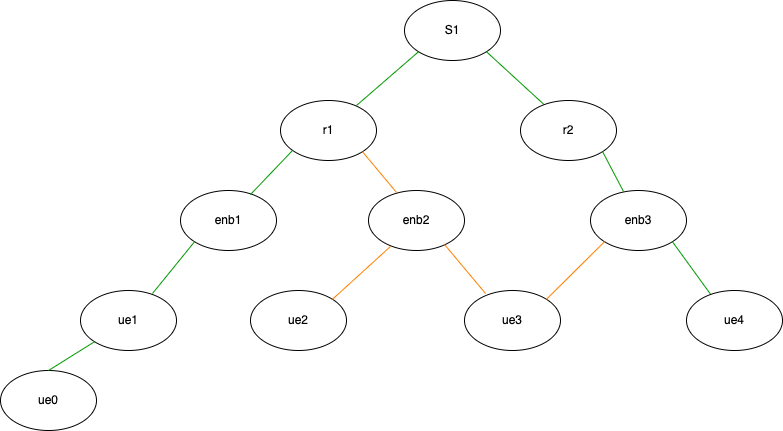
The draw.io diagram measurements/graphs/layered-load-topology.png in Sigtrix/docker-testbed, before a commit. Source tidied: cells renumbered, new cells last; positions are measured from the earlier drawing's top-left corner, leaving out a move shared by most shapes.
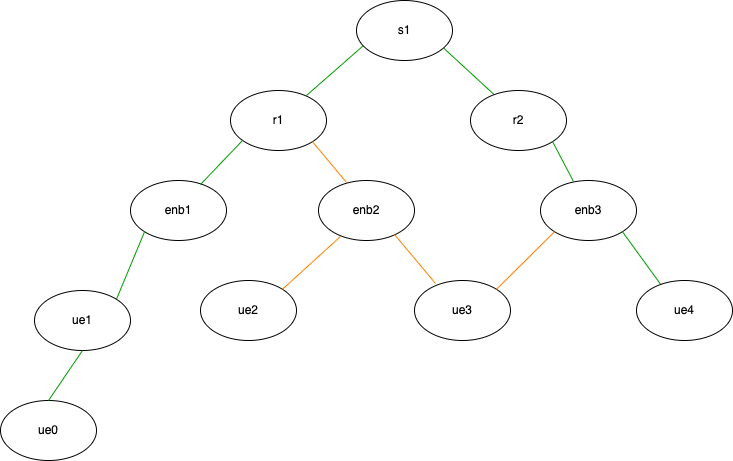
Later version of the same file.

Change to the diagram source:
```diff
@@ -2,15 +2,14 @@
   <root>
     <mxCell id="0" />
     <mxCell id="1" parent="0" />
-    <mxCell id="2" value="S1" style="ellipse;whiteSpace=wrap;html=1;" parent="1" vertex="1">
-      <mxGeometry x="404" width="96" height="60" as="geometry" />
-    </mxCell>
-    <mxCell id="3" style="endArrow=none;html=1;rounded=0;entryX=0;entryY=1;entryDx=0;entryDy=0;exitX=0.792;exitY=0.083;exitDx=0;exitDy=0;exitPerimeter=0;strokeColor=#009900;" parent="1" edge="1" source="5" target="2">
-      <mxGeometry relative="1" as="geometry" />
-    </mxCell>
-    <mxCell id="4" style="endArrow=none;html=1;rounded=0;entryX=1;entryY=1;entryDx=0;entryDy=0;exitX=0.313;exitY=0.167;exitDx=0;exitDy=0;exitPerimeter=0;strokeColor=#009900;" parent="1" edge="1" source="6" target="2">
-      <mxGeometry relative="1" as="geometry" />
-    </mxCell>
+    <mxCell id="24" style="endArrow=none;html=1;rounded=0;entryX=0.073;entryY=0.75;entryDx=0;entryDy=0;exitX=0.792;exitY=0.083;exitDx=0;exitDy=0;exitPerimeter=0;strokeColor=#009900;entryPerimeter=0;" parent="1" edge="1" source="5" target="28">
+      <mxGeometry relative="1" as="geometry" />
+    </mxCell>
+    <mxCell id="25" style="endArrow=none;html=1;rounded=0;entryX=1;entryY=1;entryDx=0;entryDy=0;exitX=0.313;exitY=0.167;exitDx=0;exitDy=0;exitPerimeter=0;strokeColor=#009900;" parent="1" edge="1" source="6">
+      <mxGeometry relative="1" as="geometry">
+        <mxPoint x="486" y="51" as="targetPoint" />
+      </mxGeometry>
+    </mxCell>
     <mxCell id="5" value="r1" style="ellipse;whiteSpace=wrap;html=1;" parent="1" vertex="1">
       <mxGeometry x="280" y="100" width="96" height="60" as="geometry" />
     </mxCell>
@@ -20,11 +19,11 @@
     <mxCell id="7" value="enb1" style="ellipse;whiteSpace=wrap;html=1;" parent="1" vertex="1">
       <mxGeometry x="180" y="190" width="96" height="60" as="geometry" />
     </mxCell>
-    <mxCell id="8" style="endArrow=none;html=1;rounded=0;entryX=0;entryY=1;entryDx=0;entryDy=0;exitX=0.729;exitY=0.067;exitDx=0;exitDy=0;exitPerimeter=0;strokeColor=#009900;" parent="1" edge="1" source="7">
-      <mxGeometry relative="1" as="geometry">
-        <mxPoint x="292" y="150" as="targetPoint" />
-      </mxGeometry>
-    </mxCell>
+    <mxCell id="26" style="endArrow=none;html=1;rounded=0;entryX=0;entryY=1;entryDx=0;entryDy=0;exitX=0.729;exitY=0.067;exitDx=0;exitDy=0;exitPerimeter=0;strokeColor=#009900;" parent="1" edge="1" source="7">
+      <mxGeometry relative="1" as="geometry">
+        <mxPoint x="292" y="150" as="targetPoint" />
+      </mxGeometry>
+    </mxCell>
     <mxCell id="9" value="enb2" style="ellipse;whiteSpace=wrap;html=1;" parent="1" vertex="1">
       <mxGeometry x="368" y="190" width="96" height="60" as="geometry" />
     </mxCell>
@@ -34,15 +33,12 @@
     <mxCell id="11" value="enb3" style="ellipse;whiteSpace=wrap;html=1;" parent="1" vertex="1">
       <mxGeometry x="590" y="190" width="96" height="60" as="geometry" />
     </mxCell>
-    <mxCell id="12" style="endArrow=none;html=1;rounded=0;exitX=0.344;exitY=0.017;exitDx=0;exitDy=0;exitPerimeter=0;strokeColor=#009900;" parent="1" edge="1" source="11">
-      <mxGeometry relative="1" as="geometry">
-        <mxPoint x="602" y="151" as="targetPoint" />
-      </mxGeometry>
-    </mxCell>
-    <mxCell id="13" value="ue1" style="ellipse;whiteSpace=wrap;html=1;" parent="1" vertex="1">
-      <mxGeometry x="80" y="290" width="96" height="60" as="geometry" />
-    </mxCell>
+    <mxCell id="27" style="endArrow=none;html=1;rounded=0;exitX=0.344;exitY=0.017;exitDx=0;exitDy=0;exitPerimeter=0;strokeColor=#009900;" parent="1" edge="1" source="11">
+      <mxGeometry relative="1" as="geometry">
+        <mxPoint x="602" y="151" as="targetPoint" />
+      </mxGeometry>
+    </mxCell>
-    <mxCell id="14" style="endArrow=none;html=1;rounded=0;entryX=0;entryY=1;entryDx=0;entryDy=0;exitX=0.75;exitY=0.05;exitDx=0;exitDy=0;exitPerimeter=0;fillColor=#009900;strokeColor=#009900;" parent="1" edge="1" source="13" target="7">
+    <mxCell id="14" style="endArrow=none;html=1;rounded=0;entryX=0;entryY=1;entryDx=0;entryDy=0;exitX=1;exitY=0;exitDx=0;exitDy=0;fillColor=#009900;strokeColor=#009900;" parent="1" edge="1" source="13" target="7">
       <mxGeometry relative="1" as="geometry" />
     </mxCell>
     <mxCell id="15" value="ue2" style="ellipse;whiteSpace=wrap;html=1;" parent="1" vertex="1">
@@ -66,10 +62,16 @@
     <mxCell id="21" value="ue4" style="ellipse;whiteSpace=wrap;html=1;" parent="1" vertex="1">
       <mxGeometry x="686" y="290" width="96" height="60" as="geometry" />
     </mxCell>
+    <mxCell id="28" value="s1" style="ellipse;whiteSpace=wrap;html=1;" parent="1" vertex="1">
+      <mxGeometry x="406" y="10" width="96" height="60" as="geometry" />
+    </mxCell>
+    <mxCell id="13" value="ue1" style="ellipse;whiteSpace=wrap;html=1;" parent="1" vertex="1">
+      <mxGeometry x="84" y="300" width="96" height="60" as="geometry" />
+    </mxCell>
     <mxCell id="22" value="ue0" style="ellipse;whiteSpace=wrap;html=1;" parent="1" vertex="1">
-      <mxGeometry y="370" width="96" height="60" as="geometry" />
+      <mxGeometry x="50" y="410" width="96" height="60" as="geometry" />
     </mxCell>
-    <mxCell id="23" style="endArrow=none;html=1;rounded=0;entryX=0;entryY=1;entryDx=0;entryDy=0;exitX=0.5;exitY=0;exitDx=0;exitDy=0;fillColor=#009900;strokeColor=#009900;" parent="1" edge="1" source="22" target="13">
+    <mxCell id="23" style="endArrow=none;html=1;rounded=0;entryX=0.5;entryY=1;entryDx=0;entryDy=0;exitX=0.5;exitY=0;exitDx=0;exitDy=0;fillColor=#009900;strokeColor=#009900;" parent="1" edge="1" source="22" target="13">
       <mxGeometry relative="1" as="geometry" />
     </mxCell>
   </root>
```
